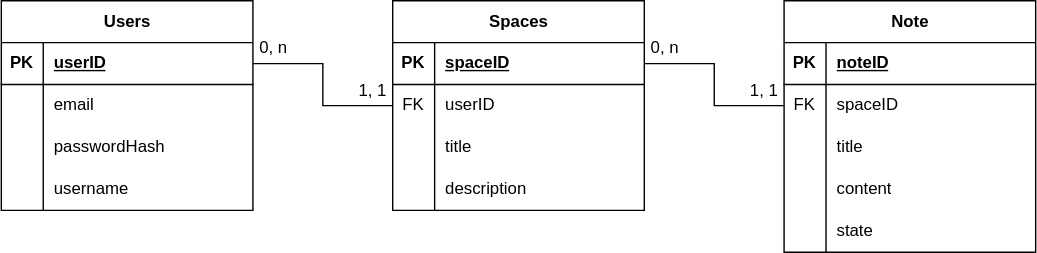
The draw.io diagram docs/database-schema.drawio.svg in CookieG77/AppGDT-Server, before a commit. Source tidied: cells renumbered, new cells last; positions are measured from the earlier drawing's top-left corner, leaving out a move shared by most shapes.
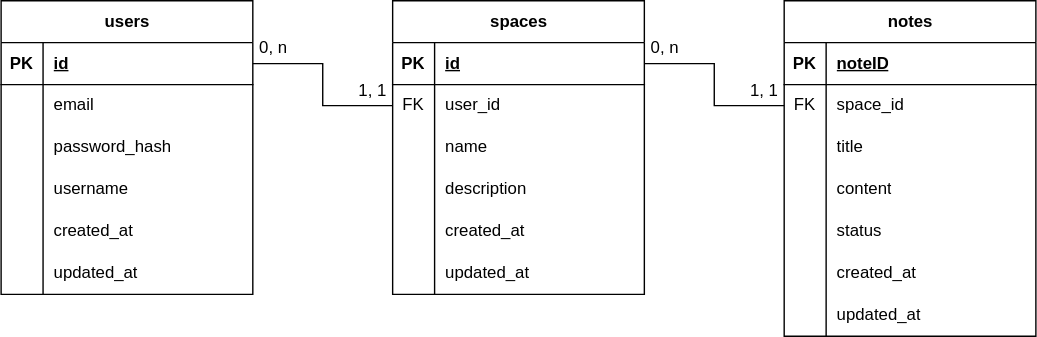
The same diagram one commit later.

Commit message:
docs: updated relational database schema

Modification du schéma relationnel de la base de données.
Ajout de colonne 'created_at' et 'updated_at' aux tables existantes, renommage des tables et colonnes pour respecté les conventions de nommage.

What changed in the source:
```diff
@@ -2,8 +2,8 @@
   <root>
     <mxCell id="0" />
     <mxCell id="1" parent="0" />
-    <mxCell id="2" value="Users" style="shape=table;startSize=30;rowLines=0;fontStyle=1;align=center;html=1;" parent="1" vertex="1">
-      <mxGeometry width="180" height="150" as="geometry" />
+    <mxCell id="2" value="users" style="shape=table;startSize=30;rowLines=0;fontStyle=1;align=center;html=1;" parent="1" vertex="1">
+      <mxGeometry width="180" height="210" as="geometry" />
     </mxCell>
     <mxCell id="3" style="shape=tableRow;horizontal=0;startSize=0;swimlaneHead=0;swimlaneBody=0;fillColor=none;points=[[0,0.5],[1,0.5]];portConstraint=eastwest;top=0;left=0;right=0;bottom=1;" parent="2" vertex="1">
       <mxGeometry y="30" width="180" height="30" as="geometry" />
@@ -11,7 +11,7 @@
     <mxCell id="4" value="PK" style="shape=partialRectangle;fillColor=none;top=0;left=0;bottom=0;right=0;fontStyle=1;overflow=hidden;whiteSpace=wrap;html=1;" parent="3" vertex="1">
       <mxGeometry width="30" height="30" as="geometry" />
     </mxCell>
-    <mxCell id="5" value="userID" style="shape=partialRectangle;fillColor=none;top=0;left=0;bottom=0;right=0;align=left;spacingLeft=6;fontStyle=5;overflow=hidden;whiteSpace=wrap;html=1;" parent="3" vertex="1">
+    <mxCell id="5" value="id" style="shape=partialRectangle;fillColor=none;top=0;left=0;bottom=0;right=0;align=left;spacingLeft=6;fontStyle=5;overflow=hidden;whiteSpace=wrap;html=1;" parent="3" vertex="1">
       <mxGeometry x="30" width="150" height="30" as="geometry" />
     </mxCell>
     <mxCell id="6" style="shape=tableRow;horizontal=0;startSize=0;swimlaneHead=0;swimlaneBody=0;fillColor=none;top=0;left=0;right=0;bottom=0;" parent="2" vertex="1">
@@ -29,7 +29,7 @@
     <mxCell id="10" style="shape=partialRectangle;fillColor=none;top=0;left=0;bottom=0;right=0;overflow=hidden;whiteSpace=wrap;html=1;" parent="9" vertex="1">
       <mxGeometry width="30" height="30" as="geometry" />
     </mxCell>
-    <mxCell id="11" value="passwordH&lt;span style=&quot;background-color: transparent; color: light-dark(rgb(0, 0, 0), rgb(255, 255, 255));&quot;&gt;ash&lt;/span&gt;" style="shape=partialRectangle;fillColor=none;top=0;left=0;bottom=0;right=0;align=left;spacingLeft=6;overflow=hidden;whiteSpace=wrap;html=1;" parent="9" vertex="1">
+    <mxCell id="11" value="password_h&lt;span style=&quot;background-color: transparent; color: light-dark(rgb(0, 0, 0), rgb(255, 255, 255));&quot;&gt;ash&lt;/span&gt;" style="shape=partialRectangle;fillColor=none;top=0;left=0;bottom=0;right=0;align=left;spacingLeft=6;overflow=hidden;whiteSpace=wrap;html=1;" parent="9" vertex="1">
       <mxGeometry x="30" width="150" height="30" as="geometry" />
     </mxCell>
     <mxCell id="12" style="shape=tableRow;horizontal=0;startSize=0;swimlaneHead=0;swimlaneBody=0;fillColor=none;top=0;left=0;right=0;bottom=0;" parent="2" vertex="1">
@@ -41,11 +41,29 @@
     <mxCell id="14" value="username" style="shape=partialRectangle;fillColor=none;top=0;left=0;bottom=0;right=0;align=left;spacingLeft=6;overflow=hidden;whiteSpace=wrap;html=1;" parent="12" vertex="1">
       <mxGeometry x="30" width="150" height="30" as="geometry" />
     </mxCell>
+    <mxCell id="50" style="shape=tableRow;horizontal=0;startSize=0;swimlaneHead=0;swimlaneBody=0;fillColor=none;top=0;left=0;right=0;bottom=0;" parent="2" vertex="1">
+      <mxGeometry y="150" width="180" height="30" as="geometry" />
+    </mxCell>
+    <mxCell id="51" style="shape=partialRectangle;fillColor=none;top=0;left=0;bottom=0;right=0;overflow=hidden;whiteSpace=wrap;html=1;" parent="50" vertex="1">
+      <mxGeometry width="30" height="30" as="geometry" />
+    </mxCell>
+    <mxCell id="52" value="created_at" style="shape=partialRectangle;fillColor=none;top=0;left=0;bottom=0;right=0;align=left;spacingLeft=6;overflow=hidden;whiteSpace=wrap;html=1;" parent="50" vertex="1">
+      <mxGeometry x="30" width="150" height="30" as="geometry" />
+    </mxCell>
+    <mxCell id="53" style="shape=tableRow;horizontal=0;startSize=0;swimlaneHead=0;swimlaneBody=0;fillColor=none;top=0;left=0;right=0;bottom=0;" parent="2" vertex="1">
+      <mxGeometry y="180" width="180" height="30" as="geometry" />
+    </mxCell>
+    <mxCell id="54" style="shape=partialRectangle;fillColor=none;top=0;left=0;bottom=0;right=0;overflow=hidden;whiteSpace=wrap;html=1;" parent="53" vertex="1">
+      <mxGeometry width="30" height="30" as="geometry" />
+    </mxCell>
+    <mxCell id="55" value="updated_at" style="shape=partialRectangle;fillColor=none;top=0;left=0;bottom=0;right=0;align=left;spacingLeft=6;overflow=hidden;whiteSpace=wrap;html=1;" parent="53" vertex="1">
+      <mxGeometry x="30" width="150" height="30" as="geometry" />
+    </mxCell>
-    <mxCell id="15" style="edgeStyle=orthogonalEdgeStyle;rounded=0;jettySize=auto;html=1;entryX=1;entryY=0.5;entryDx=0;entryDy=0;endArrow=none;endFill=0;" parent="1" edge="1" source="16" target="3">
+    <mxCell id="15" style="edgeStyle=orthogonalEdgeStyle;rounded=0;jettySize=auto;html=1;entryX=1;entryY=0.5;entryDx=0;entryDy=0;endArrow=none;endFill=0;" parent="1" edge="1" source="20" target="3">
       <mxGeometry relative="1" as="geometry" />
     </mxCell>
-    <mxCell id="16" value="Spaces" style="shape=table;startSize=30;rowLines=0;fontStyle=1;align=center;html=1;" parent="1" vertex="1">
-      <mxGeometry x="280" width="180" height="150" as="geometry" />
+    <mxCell id="16" value="spaces" style="shape=table;startSize=30;rowLines=0;fontStyle=1;align=center;html=1;" parent="1" vertex="1">
+      <mxGeometry x="280" width="180" height="210" as="geometry" />
     </mxCell>
     <mxCell id="17" style="shape=tableRow;horizontal=0;startSize=0;swimlaneHead=0;swimlaneBody=0;fillColor=none;points=[[0,0.5],[1,0.5]];portConstraint=eastwest;top=0;left=0;right=0;bottom=1;" parent="16" vertex="1">
       <mxGeometry y="30" width="180" height="30" as="geometry" />
@@ -53,7 +71,7 @@
     <mxCell id="18" value="PK" style="shape=partialRectangle;fillColor=none;top=0;left=0;bottom=0;right=0;fontStyle=1;overflow=hidden;whiteSpace=wrap;html=1;" parent="17" vertex="1">
       <mxGeometry width="30" height="30" as="geometry" />
     </mxCell>
-    <mxCell id="19" value="spaceID" style="shape=partialRectangle;fillColor=none;top=0;left=0;bottom=0;right=0;align=left;spacingLeft=6;fontStyle=5;overflow=hidden;whiteSpace=wrap;html=1;" parent="17" vertex="1">
+    <mxCell id="19" value="id&lt;span style=&quot;white-space: pre;&quot;&gt;&#9;&lt;/span&gt;" style="shape=partialRectangle;fillColor=none;top=0;left=0;bottom=0;right=0;align=left;spacingLeft=6;fontStyle=5;overflow=hidden;whiteSpace=wrap;html=1;" parent="17" vertex="1">
       <mxGeometry x="30" width="150" height="30" as="geometry" />
     </mxCell>
     <mxCell id="20" style="shape=tableRow;horizontal=0;startSize=0;swimlaneHead=0;swimlaneBody=0;fillColor=none;points=[[0,0.5],[1,0.5]];portConstraint=eastwest;top=0;left=0;right=0;bottom=0;" parent="16" vertex="1">
@@ -62,7 +80,7 @@
     <mxCell id="21" value="FK" style="shape=partialRectangle;fillColor=none;top=0;left=0;bottom=0;right=0;overflow=hidden;whiteSpace=wrap;html=1;" parent="20" vertex="1">
       <mxGeometry width="30" height="30" as="geometry" />
     </mxCell>
-    <mxCell id="22" value="userID" style="shape=partialRectangle;fillColor=none;top=0;left=0;bottom=0;right=0;align=left;spacingLeft=6;overflow=hidden;whiteSpace=wrap;html=1;" parent="20" vertex="1">
+    <mxCell id="22" value="user_id" style="shape=partialRectangle;fillColor=none;top=0;left=0;bottom=0;right=0;align=left;spacingLeft=6;overflow=hidden;whiteSpace=wrap;html=1;" parent="20" vertex="1">
       <mxGeometry x="30" width="150" height="30" as="geometry" />
     </mxCell>
     <mxCell id="23" style="shape=tableRow;horizontal=0;startSize=0;swimlaneHead=0;swimlaneBody=0;fillColor=none;top=0;left=0;right=0;bottom=0;" parent="16" vertex="1">
@@ -71,7 +89,7 @@
     <mxCell id="24" style="shape=partialRectangle;fillColor=none;top=0;left=0;bottom=0;right=0;overflow=hidden;whiteSpace=wrap;html=1;" parent="23" vertex="1">
       <mxGeometry width="30" height="30" as="geometry" />
     </mxCell>
-    <mxCell id="25" value="title" style="shape=partialRectangle;fillColor=none;top=0;left=0;bottom=0;right=0;align=left;spacingLeft=6;overflow=hidden;whiteSpace=wrap;html=1;" parent="23" vertex="1">
+    <mxCell id="25" value="name" style="shape=partialRectangle;fillColor=none;top=0;left=0;bottom=0;right=0;align=left;spacingLeft=6;overflow=hidden;whiteSpace=wrap;html=1;" parent="23" vertex="1">
       <mxGeometry x="30" width="150" height="30" as="geometry" />
     </mxCell>
     <mxCell id="26" style="shape=tableRow;horizontal=0;startSize=0;swimlaneHead=0;swimlaneBody=0;fillColor=none;top=0;left=0;right=0;bottom=0;" parent="16" vertex="1">
@@ -83,11 +101,29 @@
     <mxCell id="28" value="description" style="shape=partialRectangle;fillColor=none;top=0;left=0;bottom=0;right=0;align=left;spacingLeft=6;overflow=hidden;whiteSpace=wrap;html=1;" parent="26" vertex="1">
       <mxGeometry x="30" width="150" height="30" as="geometry" />
     </mxCell>
+    <mxCell id="56" style="shape=tableRow;horizontal=0;startSize=0;swimlaneHead=0;swimlaneBody=0;fillColor=none;top=0;left=0;right=0;bottom=0;" parent="16" vertex="1">
+      <mxGeometry y="150" width="180" height="30" as="geometry" />
+    </mxCell>
+    <mxCell id="57" style="shape=partialRectangle;fillColor=none;top=0;left=0;bottom=0;right=0;overflow=hidden;whiteSpace=wrap;html=1;" parent="56" vertex="1">
+      <mxGeometry width="30" height="30" as="geometry" />
+    </mxCell>
+    <mxCell id="58" value="created_at" style="shape=partialRectangle;fillColor=none;top=0;left=0;bottom=0;right=0;align=left;spacingLeft=6;overflow=hidden;whiteSpace=wrap;html=1;" parent="56" vertex="1">
+      <mxGeometry x="30" width="150" height="30" as="geometry" />
+    </mxCell>
+    <mxCell id="59" style="shape=tableRow;horizontal=0;startSize=0;swimlaneHead=0;swimlaneBody=0;fillColor=none;top=0;left=0;right=0;bottom=0;" parent="16" vertex="1">
+      <mxGeometry y="180" width="180" height="30" as="geometry" />
+    </mxCell>
+    <mxCell id="60" style="shape=partialRectangle;fillColor=none;top=0;left=0;bottom=0;right=0;overflow=hidden;whiteSpace=wrap;html=1;" parent="59" vertex="1">
+      <mxGeometry width="30" height="30" as="geometry" />
+    </mxCell>
+    <mxCell id="61" value="updated_at" style="shape=partialRectangle;fillColor=none;top=0;left=0;bottom=0;right=0;align=left;spacingLeft=6;overflow=hidden;whiteSpace=wrap;html=1;" parent="59" vertex="1">
+      <mxGeometry x="30" width="150" height="30" as="geometry" />
+    </mxCell>
     <mxCell id="29" style="edgeStyle=orthogonalEdgeStyle;rounded=0;jettySize=auto;html=1;entryX=1;entryY=0.5;entryDx=0;entryDy=0;endArrow=none;endFill=0;" parent="1" edge="1" source="34" target="17">
       <mxGeometry relative="1" as="geometry" />
     </mxCell>
-    <mxCell id="30" value="Note" style="shape=table;startSize=30;rowLines=0;fontStyle=1;align=center;html=1;" parent="1" vertex="1">
-      <mxGeometry x="560" width="180" height="180" as="geometry" />
+    <mxCell id="30" value="notes" style="shape=table;startSize=30;rowLines=0;fontStyle=1;align=center;html=1;" parent="1" vertex="1">
+      <mxGeometry x="560" width="180" height="240" as="geometry" />
     </mxCell>
     <mxCell id="31" style="shape=tableRow;horizontal=0;startSize=0;swimlaneHead=0;swimlaneBody=0;fillColor=none;top=0;left=0;right=0;bottom=1;" parent="30" vertex="1">
       <mxGeometry y="30" width="180" height="30" as="geometry" />
@@ -104,7 +140,7 @@
     <mxCell id="35" value="FK" style="shape=partialRectangle;fillColor=none;top=0;left=0;bottom=0;right=0;overflow=hidden;whiteSpace=wrap;html=1;" parent="34" vertex="1">
       <mxGeometry width="30" height="30" as="geometry" />
     </mxCell>
-    <mxCell id="36" value="spaceID" style="shape=partialRectangle;fillColor=none;top=0;left=0;bottom=0;right=0;align=left;spacingLeft=6;overflow=hidden;whiteSpace=wrap;html=1;" parent="34" vertex="1">
+    <mxCell id="36" value="space_id" style="shape=partialRectangle;fillColor=none;top=0;left=0;bottom=0;right=0;align=left;spacingLeft=6;overflow=hidden;whiteSpace=wrap;html=1;" parent="34" vertex="1">
       <mxGeometry x="30" width="150" height="30" as="geometry" />
     </mxCell>
     <mxCell id="37" style="shape=tableRow;horizontal=0;startSize=0;swimlaneHead=0;swimlaneBody=0;fillColor=none;top=0;left=0;right=0;bottom=0;" parent="30" vertex="1">
@@ -131,9 +167,27 @@
     <mxCell id="44" style="shape=partialRectangle;fillColor=none;top=0;left=0;bottom=0;right=0;overflow=hidden;whiteSpace=wrap;html=1;" parent="43" vertex="1">
       <mxGeometry width="30" height="30" as="geometry" />
     </mxCell>
-    <mxCell id="45" value="state" style="shape=partialRectangle;fillColor=none;top=0;left=0;bottom=0;right=0;align=left;spacingLeft=6;overflow=hidden;whiteSpace=wrap;html=1;" parent="43" vertex="1">
+    <mxCell id="45" value="status" style="shape=partialRectangle;fillColor=none;top=0;left=0;bottom=0;right=0;align=left;spacingLeft=6;overflow=hidden;whiteSpace=wrap;html=1;" parent="43" vertex="1">
       <mxGeometry x="30" width="150" height="30" as="geometry" />
     </mxCell>
+    <mxCell id="62" style="shape=tableRow;horizontal=0;startSize=0;swimlaneHead=0;swimlaneBody=0;fillColor=none;top=0;left=0;right=0;bottom=0;" parent="30" vertex="1">
+      <mxGeometry y="180" width="180" height="30" as="geometry" />
+    </mxCell>
+    <mxCell id="63" style="shape=partialRectangle;fillColor=none;top=0;left=0;bottom=0;right=0;overflow=hidden;whiteSpace=wrap;html=1;" parent="62" vertex="1">
+      <mxGeometry width="30" height="30" as="geometry" />
+    </mxCell>
+    <mxCell id="64" value="created_at" style="shape=partialRectangle;fillColor=none;top=0;left=0;bottom=0;right=0;align=left;spacingLeft=6;overflow=hidden;whiteSpace=wrap;html=1;" parent="62" vertex="1">
+      <mxGeometry x="30" width="150" height="30" as="geometry" />
+    </mxCell>
+    <mxCell id="65" style="shape=tableRow;horizontal=0;startSize=0;swimlaneHead=0;swimlaneBody=0;fillColor=none;top=0;left=0;right=0;bottom=0;" parent="30" vertex="1">
+      <mxGeometry y="210" width="180" height="30" as="geometry" />
+    </mxCell>
+    <mxCell id="66" style="shape=partialRectangle;fillColor=none;top=0;left=0;bottom=0;right=0;overflow=hidden;whiteSpace=wrap;html=1;" parent="65" vertex="1">
+      <mxGeometry width="30" height="30" as="geometry" />
+    </mxCell>
+    <mxCell id="67" value="updated_at" style="shape=partialRectangle;fillColor=none;top=0;left=0;bottom=0;right=0;align=left;spacingLeft=6;overflow=hidden;whiteSpace=wrap;html=1;" parent="65" vertex="1">
+      <mxGeometry x="30" width="150" height="30" as="geometry" />
+    </mxCell>
     <mxCell id="46" value="1, 1" style="text;html=1;whiteSpace=wrap;strokeColor=none;fillColor=none;align=center;verticalAlign=middle;rounded=0;" parent="1" vertex="1">
       <mxGeometry x="516" y="50" width="60" height="30" as="geometry" />
     </mxCell>
```
